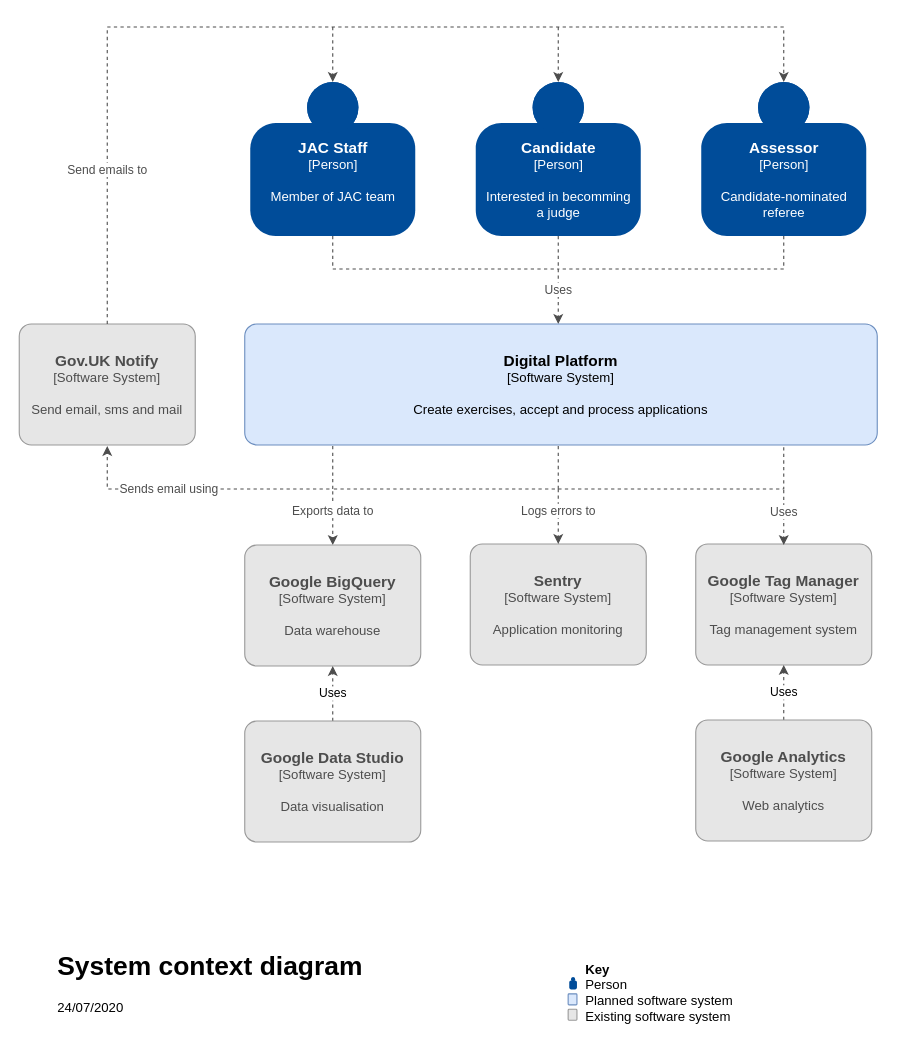
The draw.io diagram page "Page-1" (1 of 2) of docs/jac-overview.drawio in jac-uk/documentation, before the edit. Source tidied: cells renumbered, new cells numbered last; positions are measured from the earlier drawing's top-left corner, leaving out a move shared by most shapes. Both pictures are drawn from the tidied source at 110%, with x=0, y=0 at pixel (19, 26).
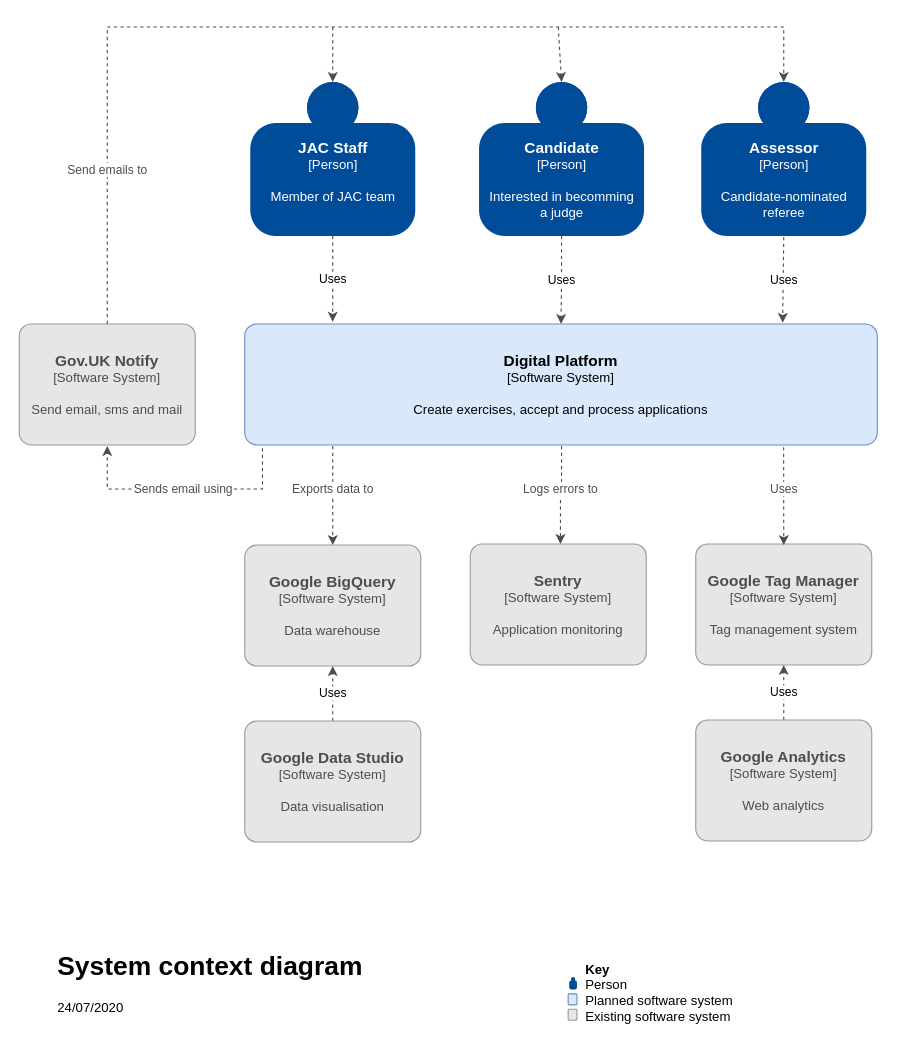
After the change.

The change refers to these unchanged cells:
```xml
<mxCell id="3" value="&lt;div&gt;&lt;font size=&quot;1&quot;&gt;&lt;b style=&quot;font-size: 14px&quot;&gt;JAC Staff&lt;/b&gt;&lt;/font&gt;&lt;/div&gt;&lt;div&gt;[Person]&lt;b&gt;&lt;br&gt;&lt;/b&gt;&lt;/div&gt;&lt;div&gt;&lt;b&gt;&lt;br&gt;&lt;/b&gt;&lt;/div&gt;&lt;div&gt;Member of JAC team&lt;/div&gt;&lt;div&gt;&lt;b&gt;&lt;br&gt;&lt;/b&gt;&lt;/div&gt;" style="html=1;dashed=0;whitespace=wrap;shape=mxgraph.c4.person;align=center;points=[[0.5,0,0],[1,0.5,0],[1,0.75,0],[0.75,1,0],[0.5,1,0],[0.25,1,0],[0,0.75,0],[0,0.5,0]];fillColor=#004C99;fontColor=#FFFFFF;strokeColor=none;" parent="1" vertex="1">
  <mxGeometry x="210" y="50" width="150" height="140" as="geometry" />
</mxCell>
<mxCell id="8" value="&lt;div&gt;&lt;font size=&quot;1&quot;&gt;&lt;b style=&quot;font-size: 14px&quot;&gt;Assessor&lt;/b&gt;&lt;/font&gt;&lt;/div&gt;&lt;div&gt;[Person]&lt;b&gt;&lt;br&gt;&lt;/b&gt;&lt;/div&gt;&lt;div&gt;&lt;b&gt;&lt;br&gt;&lt;/b&gt;&lt;/div&gt;&lt;div&gt;Candidate-nominated &lt;br&gt;&lt;/div&gt;&lt;div&gt;referee&lt;b&gt;&lt;br&gt;&lt;/b&gt;&lt;/div&gt;" style="html=1;dashed=0;whitespace=wrap;shape=mxgraph.c4.person;align=center;points=[[0.5,0,0],[1,0.5,0],[1,0.75,0],[0.75,1,0],[0.5,1,0],[0.25,1,0],[0,0.75,0],[0,0.5,0]];fillColor=#004C99;fontColor=#FFFFFF;strokeColor=none;" parent="1" vertex="1">
  <mxGeometry x="620" y="50" width="150" height="140" as="geometry" />
</mxCell>
<mxCell id="9" value="&lt;font size=&quot;1&quot;&gt;&lt;b style=&quot;font-size: 14px&quot;&gt;Digital Platform&lt;br&gt;&lt;/b&gt;&lt;/font&gt;&lt;div&gt;[Software System]&lt;/div&gt;&lt;br&gt;&lt;div&gt;Create exercises, accept and process applications&lt;br&gt;&lt;/div&gt;" style="rounded=1;whiteSpace=wrap;html=1;labelBackgroundColor=none;fillColor=#dae8fc;fontColor=#000000;align=center;arcSize=10;strokeColor=#6c8ebf;points=[[0.25,0,0],[0.5,0,0],[0.75,0,0],[1,0.25,0],[1,0.5,0],[1,0.75,0],[0.75,1,0],[0.5,1,0],[0.25,1,0],[0,0.75,0],[0,0.5,0],[0,0.25,0]];" parent="1" vertex="1">
  <mxGeometry x="205" y="270" width="575" height="110" as="geometry" />
</mxCell>
```

The edit, as a diff of the source:
```diff
@@
-    <mxCell id="2" style="edgeStyle=orthogonalEdgeStyle;rounded=0;jettySize=auto;html=1;strokeColor=#4D4D4D;fontColor=#4D4D4D;endArrow=none;endFill=0;dashed=1;" parent="1" edge="1" source="3">
-      <mxGeometry relative="1" as="geometry">
-        <mxPoint x="490" y="220" as="targetPoint" />
-        <Array as="points">
-          <mxPoint x="285" y="200" />
-          <mxPoint x="285" y="200" />
-        </Array>
-      </mxGeometry>
-    </mxCell>
+    <mxCell id="32" value="Uses" style="edgeStyle=orthogonalEdgeStyle;rounded=0;jettySize=auto;html=1;dashed=1;endArrow=classic;endFill=1;strokeColor=#4D4D4D;fontColor=#000000;entryX=0.139;entryY=-0.018;entryDx=0;entryDy=0;entryPerimeter=0;" parent="1" edge="1" source="3" target="9">
+      <mxGeometry relative="1" as="geometry" />
+    </mxCell>
@@
-    <mxCell id="5" value="&lt;div&gt;Uses&lt;/div&gt;" style="edgeStyle=orthogonalEdgeStyle;rounded=0;jettySize=auto;html=1;strokeColor=#4D4D4D;fontColor=#4D4D4D;dashed=1;" parent="1" edge="1" source="6">
-      <mxGeometry x="0.25" relative="1" as="geometry">
-        <mxPoint x="490" y="270" as="targetPoint" />
-      </mxGeometry>
-    </mxCell>
+    <mxCell id="33" value="&lt;div&gt;Uses&lt;/div&gt;" style="edgeStyle=orthogonalEdgeStyle;rounded=0;jettySize=auto;html=1;dashed=1;endArrow=classic;endFill=1;strokeColor=#4D4D4D;fontColor=#000000;" parent="1" edge="1" source="6" target="9">
+      <mxGeometry relative="1" as="geometry" />
+    </mxCell>
     <mxCell id="6" value="&lt;div&gt;&lt;font size=&quot;1&quot;&gt;&lt;b style=&quot;font-size: 14px&quot;&gt;Candidate&lt;/b&gt;&lt;/font&gt;&lt;/div&gt;&lt;div&gt;[Person]&lt;b&gt;&lt;br&gt;&lt;/b&gt;&lt;/div&gt;&lt;div&gt;&lt;b&gt;&lt;br&gt;&lt;/b&gt;&lt;/div&gt;&lt;div&gt;Interested in becomming&lt;/div&gt;&lt;div&gt; a judge&lt;b&gt;&lt;br&gt;&lt;/b&gt;&lt;/div&gt;" style="html=1;dashed=0;whitespace=wrap;shape=mxgraph.c4.person;align=center;points=[[0.5,0,0],[1,0.5,0],[1,0.75,0],[0.75,1,0],[0.5,1,0],[0.25,1,0],[0,0.75,0],[0,0.5,0]];fillColor=#004C99;fontColor=#FFFFFF;strokeColor=none;" parent="1" vertex="1">
-      <mxGeometry x="415" y="50" width="150" height="140" as="geometry" />
+      <mxGeometry x="418" y="50" width="150" height="140" as="geometry" />
     </mxCell>
-    <mxCell id="7" style="edgeStyle=orthogonalEdgeStyle;rounded=0;jettySize=auto;html=1;strokeColor=#4D4D4D;fontColor=#4D4D4D;endArrow=none;endFill=0;dashed=1;" parent="1" edge="1" source="8">
-      <mxGeometry relative="1" as="geometry">
-        <mxPoint x="490" y="220" as="targetPoint" />
-        <Array as="points">
-          <mxPoint x="695" y="220" />
-        </Array>
-      </mxGeometry>
-    </mxCell>
@@
     <mxCell id="10" value="Exports data to" style="edgeStyle=orthogonalEdgeStyle;rounded=0;orthogonalLoop=1;jettySize=auto;html=1;entryX=0.5;entryY=0;entryDx=0;entryDy=0;entryPerimeter=0;dashed=1;strokeColor=#4D4D4D;fontColor=#4D4D4D;" parent="1" edge="1">
-      <mxGeometry x="0.79" relative="1" as="geometry">
-        <mxPoint x="490" y="381" as="sourcePoint" />
+      <mxGeometry x="-0.13" relative="1" as="geometry">
+        <mxPoint x="285" y="381" as="sourcePoint" />
         <mxPoint x="285" y="471" as="targetPoint" />
         <Array as="points">
-          <mxPoint x="490" y="420" />
-          <mxPoint x="285" y="420" />
+          <mxPoint x="285" y="400" />
+          <mxPoint x="285" y="400" />
         </Array>
       </mxGeometry>
     </mxCell>
@@
-    <mxCell id="12" style="endArrow=none;html=1;entryX=0.5;entryY=1;entryDx=0;entryDy=0;entryPerimeter=0;rounded=0;dashed=1;strokeColor=#4D4D4D;fontColor=#4D4D4D;" parent="1" edge="1">
+    <mxCell id="12" style="endArrow=none;html=1;rounded=0;dashed=1;strokeColor=#4D4D4D;fontColor=#4D4D4D;" parent="1" edge="1">
       <mxGeometry relative="1" as="geometry">
-        <mxPoint x="490" y="420" as="sourcePoint" />
-        <mxPoint x="695" y="380" as="targetPoint" />
-        <Array as="points">
-          <mxPoint x="695" y="420" />
-        </Array>
+        <mxPoint x="493" y="420" as="sourcePoint" />
+        <mxPoint x="493" y="380" as="targetPoint" />
       </mxGeometry>
     </mxCell>
-    <mxCell id="13" value="Sends email using" style="edgeStyle=orthogonalEdgeStyle;rounded=0;orthogonalLoop=1;jettySize=auto;html=1;dashed=1;strokeColor=#4D4D4D;fontColor=#4D4D4D;" parent="1" edge="1">
-      <mxGeometry x="0.33" relative="1" as="geometry">
-        <mxPoint x="285" y="381" as="sourcePoint" />
+    <mxCell id="13" value="Sends email using" style="edgeStyle=orthogonalEdgeStyle;rounded=0;jettySize=auto;html=1;dashed=1;strokeColor=#4D4D4D;fontColor=#4D4D4D;exitX=0.028;exitY=1.027;exitDx=0;exitDy=0;exitPerimeter=0;" parent="1" edge="1" source="9">
+      <mxGeometry relative="1" as="geometry">
         <mxPoint x="80" y="381" as="targetPoint" />
         <Array as="points">
-          <mxPoint x="285" y="420" />
+          <mxPoint x="221" y="420" />
           <mxPoint x="80" y="420" />
         </Array>
       </mxGeometry>
     </mxCell>
@@
-    <mxCell id="18" value="Logs errors to" style="endArrow=classic;html=1;dashed=1;rounded=0;entryX=0.5;entryY=0;entryDx=0;entryDy=0;entryPerimeter=0;strokeColor=#4D4D4D;fontColor=#4D4D4D;" parent="1" edge="1">
-      <mxGeometry x="-0.2" relative="1" as="geometry">
-        <mxPoint x="490" y="420" as="sourcePoint" />
-        <mxPoint x="490" y="470" as="targetPoint" />
+    <mxCell id="18" value="Logs errors to" style="endArrow=classic;html=1;dashed=1;rounded=0;strokeColor=#4D4D4D;fontColor=#4D4D4D;" parent="1" edge="1">
+      <mxGeometry x="-1" y="-10" relative="1" as="geometry">
+        <mxPoint x="492" y="430" as="sourcePoint" />
+        <mxPoint x="492" y="470" as="targetPoint" />
+        <mxPoint x="10" y="-10" as="offset" />
       </mxGeometry>
     </mxCell>
@@
-    <mxCell id="22" value="Uses" style="endArrow=classic;html=1;dashed=1;rounded=0;entryX=0.5;entryY=0;entryDx=0;entryDy=0;entryPerimeter=0;strokeColor=#4D4D4D;fontColor=#4D4D4D;" parent="1" edge="1">
-      <mxGeometry x="-0.2" relative="1" as="geometry">
-        <mxPoint x="695" y="421" as="sourcePoint" />
+    <mxCell id="22" value="Uses" style="endArrow=classic;html=1;dashed=1;rounded=0;entryX=0.5;entryY=0;entryDx=0;entryDy=0;entryPerimeter=0;strokeColor=#4D4D4D;fontColor=#4D4D4D;exitX=0.852;exitY=1.018;exitDx=0;exitDy=0;exitPerimeter=0;" parent="1" edge="1" source="9">
+      <mxGeometry x="-0.15" relative="1" as="geometry">
         <mxPoint x="695" y="471" as="targetPoint" />
       </mxGeometry>
     </mxCell>
@@
+    <mxCell id="34" value="Uses" style="endArrow=classic;html=1;dashed=1;strokeColor=#4D4D4D;fontColor=#000000;exitX=0.5;exitY=1;exitDx=0;exitDy=0;exitPerimeter=0;" parent="1" edge="1">
+      <mxGeometry relative="1" as="geometry">
+        <mxPoint x="695" y="191" as="sourcePoint" />
+        <mxPoint x="694" y="269" as="targetPoint" />
+      </mxGeometry>
+    </mxCell>
```
